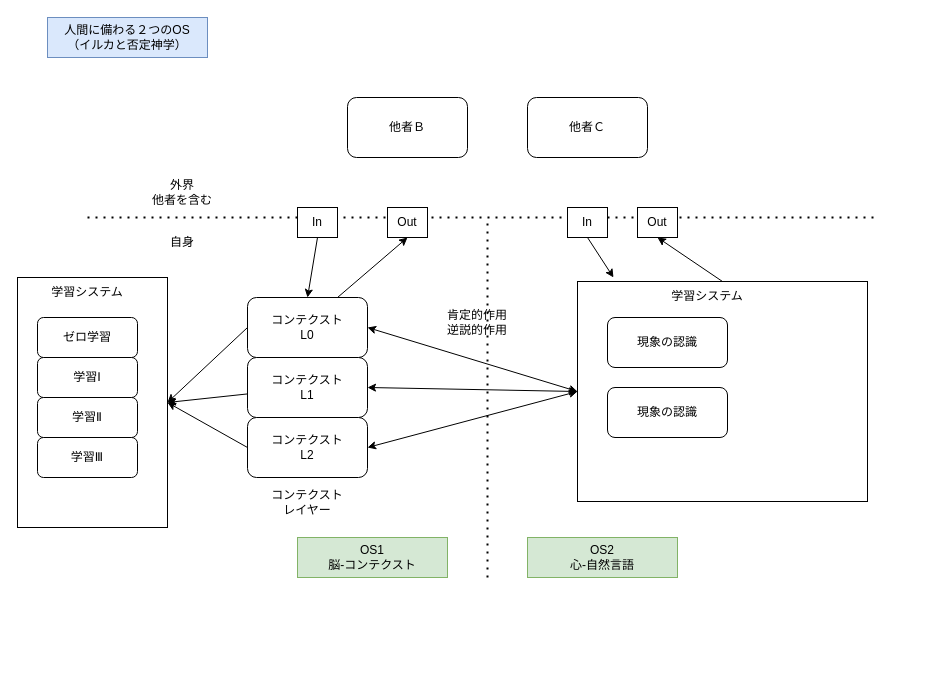
The draw.io diagram qiita_voice2_os.drawio in YossyIto/booklog_drowio, before the edit. Source tidied: cells renumbered, new cells numbered last; positions are measured from the earlier drawing's top-left corner, leaving out a move shared by most shapes. Both pictures are drawn from the tidied source at 100%, with x=0, y=0 at pixel (17, 17).
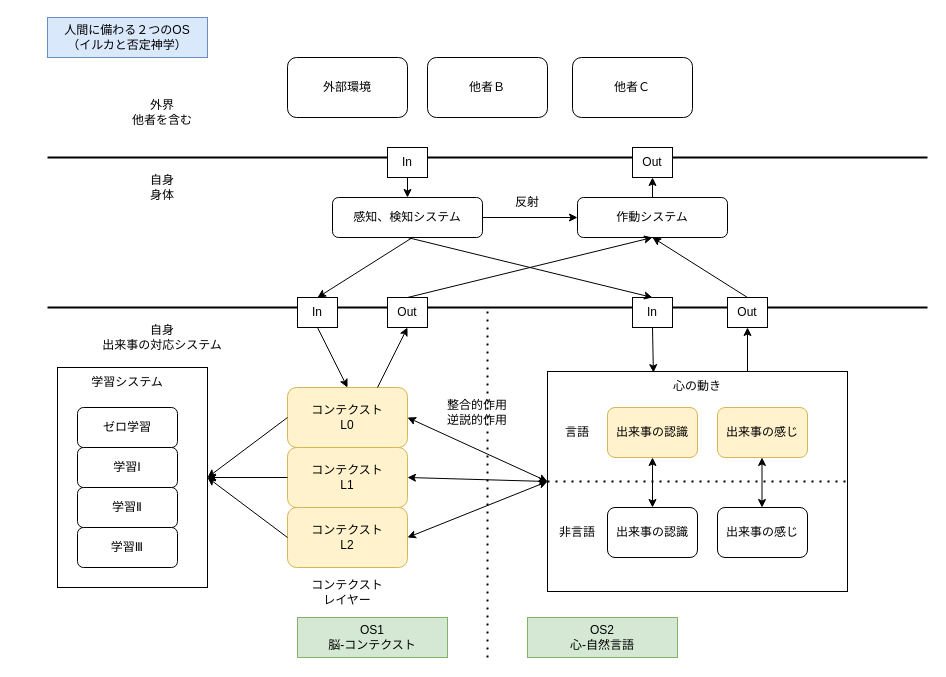
After the change.

Commit message (it also covers changes not shown here):
qiita_voice2_os.drawio を更新します

Change to the diagram source:
```diff
@@
     <mxCell id="2" style="rounded=0;whiteSpace=wrap;html=1;" parent="1" vertex="1">
-      <mxGeometry x="560" y="264" width="290" height="220" as="geometry" />
+      <mxGeometry x="530" y="354" width="300" height="220" as="geometry" />
     </mxCell>
     <mxCell id="3" style="rounded=0;whiteSpace=wrap;html=1;" parent="1" vertex="1">
-      <mxGeometry y="260" width="150" height="250" as="geometry" />
+      <mxGeometry x="40" y="350" width="150" height="220" as="geometry" />
     </mxCell>
@@
     <mxCell id="5" value="&lt;div&gt;OS1&lt;/div&gt;脳-コンテクスト" style="text;html=1;align=center;verticalAlign=middle;whiteSpace=wrap;rounded=0;fillColor=#d5e8d4;strokeColor=#82b366;" parent="1" vertex="1">
-      <mxGeometry x="280" y="520" width="150" height="40" as="geometry" />
+      <mxGeometry x="280" y="600" width="150" height="40" as="geometry" />
     </mxCell>
     <mxCell id="6" value="&lt;div&gt;OS2&lt;/div&gt;心-自然言語" style="text;html=1;align=center;verticalAlign=middle;whiteSpace=wrap;rounded=0;fillColor=#d5e8d4;strokeColor=#82b366;" parent="1" vertex="1">
-      <mxGeometry x="510" y="520" width="150" height="40" as="geometry" />
+      <mxGeometry x="510" y="600" width="150" height="40" as="geometry" />
     </mxCell>
-    <mxCell id="7" style="endArrow=none;dashed=1;html=1;dashPattern=1 3;strokeWidth=2;rounded=0;" parent="1" edge="1">
+    <mxCell id="7" style="endArrow=none;html=1;strokeWidth=2;rounded=0;" parent="1" edge="1">
       <mxGeometry relative="1" as="geometry">
-        <mxPoint x="70" y="200" as="sourcePoint" />
-        <mxPoint x="860" y="200" as="targetPoint" />
+        <mxPoint x="30" y="290" as="sourcePoint" />
+        <mxPoint x="910" y="290" as="targetPoint" />
       </mxGeometry>
     </mxCell>
     <mxCell id="8" value="外界&lt;div&gt;他者を含む&lt;/div&gt;" style="text;html=1;align=center;verticalAlign=middle;whiteSpace=wrap;rounded=0;" parent="1" vertex="1">
-      <mxGeometry x="110" y="160" width="110" height="30" as="geometry" />
+      <mxGeometry x="90" y="80" width="110" height="30" as="geometry" />
     </mxCell>
     <mxCell id="9" style="endArrow=none;dashed=1;html=1;dashPattern=1 3;strokeWidth=2;rounded=0;" parent="1" edge="1">
       <mxGeometry relative="1" as="geometry">
-        <mxPoint x="470" y="560" as="sourcePoint" />
-        <mxPoint x="470" y="200" as="targetPoint" />
+        <mxPoint x="470" y="640" as="sourcePoint" />
+        <mxPoint x="470" y="290" as="targetPoint" />
       </mxGeometry>
     </mxCell>
-    <mxCell id="10" value="自身" style="text;html=1;align=center;verticalAlign=middle;whiteSpace=wrap;rounded=0;" parent="1" vertex="1">
-      <mxGeometry x="110" y="210" width="110" height="30" as="geometry" />
+    <mxCell id="10" value="自身&lt;div&gt;出来事の対応システム&lt;/div&gt;" style="text;html=1;align=center;verticalAlign=middle;whiteSpace=wrap;rounded=0;" parent="1" vertex="1">
+      <mxGeometry x="70" y="300" width="150" height="40" as="geometry" />
     </mxCell>
     <mxCell id="11" value="Out" style="rounded=0;whiteSpace=wrap;html=1;" parent="1" vertex="1">
-      <mxGeometry x="370" y="190" width="40" height="30" as="geometry" />
+      <mxGeometry x="370" y="280" width="40" height="30" as="geometry" />
     </mxCell>
     <mxCell id="12" value="In" style="rounded=0;whiteSpace=wrap;html=1;" parent="1" vertex="1">
-      <mxGeometry x="550" y="190" width="40" height="30" as="geometry" />
+      <mxGeometry x="615" y="280" width="40" height="30" as="geometry" />
     </mxCell>
-    <mxCell id="13" value="コンテクスト&lt;div&gt;L0&lt;/div&gt;" style="rounded=1;whiteSpace=wrap;html=1;" parent="1" vertex="1">
-      <mxGeometry x="230" y="280" width="120" height="60" as="geometry" />
+    <mxCell id="13" value="コンテクスト&lt;div&gt;L0&lt;/div&gt;" style="rounded=1;whiteSpace=wrap;html=1;fillColor=#fff2cc;strokeColor=#d6b656;" parent="1" vertex="1">
+      <mxGeometry x="270" y="370" width="120" height="60" as="geometry" />
     </mxCell>
-    <mxCell id="14" value="コンテクスト&lt;div&gt;L1&lt;/div&gt;" style="rounded=1;whiteSpace=wrap;html=1;" parent="1" vertex="1">
-      <mxGeometry x="230" y="340" width="120" height="60" as="geometry" />
+    <mxCell id="14" value="コンテクスト&lt;div&gt;L1&lt;/div&gt;" style="rounded=1;whiteSpace=wrap;html=1;fillColor=#fff2cc;strokeColor=#d6b656;" parent="1" vertex="1">
+      <mxGeometry x="270" y="430" width="120" height="60" as="geometry" />
     </mxCell>
-    <mxCell id="15" value="コンテクスト&lt;div&gt;L2&lt;/div&gt;" style="rounded=1;whiteSpace=wrap;html=1;" parent="1" vertex="1">
-      <mxGeometry x="230" y="400" width="120" height="60" as="geometry" />
+    <mxCell id="15" value="コンテクスト&lt;div&gt;L2&lt;/div&gt;" style="rounded=1;whiteSpace=wrap;html=1;fillColor=#fff2cc;strokeColor=#d6b656;" parent="1" vertex="1">
+      <mxGeometry x="270" y="490" width="120" height="60" as="geometry" />
     </mxCell>
     <mxCell id="16" value="ゼロ学習" style="rounded=1;whiteSpace=wrap;html=1;" parent="1" vertex="1">
-      <mxGeometry x="20" y="300" width="100" height="40" as="geometry" />
+      <mxGeometry x="60" y="390" width="100" height="40" as="geometry" />
     </mxCell>
     <mxCell id="17" value="学習Ⅱ" style="rounded=1;whiteSpace=wrap;html=1;" parent="1" vertex="1">
-      <mxGeometry x="20" y="380" width="100" height="40" as="geometry" />
+      <mxGeometry x="60" y="470" width="100" height="40" as="geometry" />
     </mxCell>
     <mxCell id="18" value="学習Ⅲ" style="rounded=1;whiteSpace=wrap;html=1;" parent="1" vertex="1">
-      <mxGeometry x="20" y="420" width="100" height="40" as="geometry" />
+      <mxGeometry x="60" y="510" width="100" height="40" as="geometry" />
     </mxCell>
     <mxCell id="19" value="学習Ⅰ" style="rounded=1;whiteSpace=wrap;html=1;" parent="1" vertex="1">
-      <mxGeometry x="20" y="340" width="100" height="40" as="geometry" />
+      <mxGeometry x="60" y="430" width="100" height="40" as="geometry" />
     </mxCell>
@@
     <mxCell id="21" value="In" style="rounded=0;whiteSpace=wrap;html=1;" parent="1" vertex="1">
-      <mxGeometry x="280" y="190" width="40" height="30" as="geometry" />
+      <mxGeometry x="280" y="280" width="40" height="30" as="geometry" />
     </mxCell>
@@
     <mxCell id="23" value="学習システム" style="text;html=1;align=center;verticalAlign=middle;whiteSpace=wrap;rounded=0;" parent="1" vertex="1">
-      <mxGeometry x="20" y="260" width="100" height="30" as="geometry" />
+      <mxGeometry x="60" y="350" width="100" height="30" as="geometry" />
     </mxCell>
@@
     <mxCell id="27" value="Out" style="rounded=0;whiteSpace=wrap;html=1;" parent="1" vertex="1">
-      <mxGeometry x="620" y="190" width="40" height="30" as="geometry" />
+      <mxGeometry x="710" y="280" width="40" height="30" as="geometry" />
     </mxCell>
-    <mxCell id="28" value="現象の認識" style="rounded=1;whiteSpace=wrap;html=1;" parent="1" vertex="1">
-      <mxGeometry x="590" y="300" width="120" height="50" as="geometry" />
+    <mxCell id="28" value="出来事の認識" style="rounded=1;whiteSpace=wrap;html=1;fillColor=#fff2cc;strokeColor=#d6b656;" parent="1" vertex="1">
+      <mxGeometry x="590" y="390" width="90" height="50" as="geometry" />
     </mxCell>
     <mxCell id="29" value="コンテクスト&lt;div&gt;レイヤー&lt;/div&gt;" style="text;html=1;align=center;verticalAlign=middle;whiteSpace=wrap;rounded=0;" parent="1" vertex="1">
-      <mxGeometry x="240" y="470" width="100" height="30" as="geometry" />
+      <mxGeometry x="280" y="560" width="100" height="30" as="geometry" />
     </mxCell>
-    <mxCell id="30" style="endArrow=classic;html=1;rounded=0;exitX=0.5;exitY=1;exitDx=0;exitDy=0;" parent="1" edge="1" source="12">
-      <mxGeometry relative="1" as="geometry">
-        <mxPoint x="596" y="260" as="targetPoint" />
-      </mxGeometry>
+    <mxCell id="30" style="endArrow=classic;html=1;rounded=0;exitX=0.5;exitY=1;exitDx=0;exitDy=0;entryX=0.353;entryY=0.005;entryDx=0;entryDy=0;entryPerimeter=0;" parent="1" edge="1" source="12" target="2">
+      <mxGeometry relative="1" as="geometry" />
     </mxCell>
-    <mxCell id="31" style="endArrow=classic;html=1;rounded=0;exitX=0.5;exitY=0;exitDx=0;exitDy=0;entryX=0.5;entryY=1;entryDx=0;entryDy=0;" parent="1" edge="1" source="2" target="27">
+    <mxCell id="31" style="endArrow=classic;html=1;rounded=0;entryX=0.5;entryY=1;entryDx=0;entryDy=0;exitX=1;exitY=0;exitDx=0;exitDy=0;" parent="1" edge="1" source="35" target="27">
       <mxGeometry relative="1" as="geometry" />
     </mxCell>
@@
-    <mxCell id="35" value="学習システム" style="text;html=1;align=center;verticalAlign=middle;whiteSpace=wrap;rounded=0;" parent="1" vertex="1">
-      <mxGeometry x="640" y="264" width="100" height="30" as="geometry" />
+    <mxCell id="35" value="心の動き" style="text;html=1;align=center;verticalAlign=middle;whiteSpace=wrap;rounded=0;" parent="1" vertex="1">
+      <mxGeometry x="630" y="354" width="100" height="30" as="geometry" />
     </mxCell>
-    <mxCell id="36" value="現象の認識" style="rounded=1;whiteSpace=wrap;html=1;" parent="1" vertex="1">
-      <mxGeometry x="590" y="370" width="120" height="50" as="geometry" />
+    <mxCell id="36" value="出来事の感じ" style="rounded=1;whiteSpace=wrap;html=1;fillColor=#fff2cc;strokeColor=#d6b656;" parent="1" vertex="1">
+      <mxGeometry x="700" y="390" width="90" height="50" as="geometry" />
     </mxCell>
-    <mxCell id="37" value="&lt;div&gt;肯定的作用&lt;/div&gt;逆説的作用" style="text;html=1;align=center;verticalAlign=middle;whiteSpace=wrap;rounded=0;" parent="1" vertex="1">
-      <mxGeometry x="410" y="280" width="100" height="50" as="geometry" />
+    <mxCell id="37" value="&lt;div&gt;整合的作用&lt;/div&gt;逆説的作用" style="text;html=1;align=center;verticalAlign=middle;whiteSpace=wrap;rounded=0;" parent="1" vertex="1">
+      <mxGeometry x="410" y="370" width="100" height="50" as="geometry" />
     </mxCell>
     <mxCell id="38" value="他者Ｂ" style="rounded=1;whiteSpace=wrap;html=1;" parent="1" vertex="1">
-      <mxGeometry x="330" y="80" width="120" height="60" as="geometry" />
+      <mxGeometry x="410" y="40" width="120" height="60" as="geometry" />
     </mxCell>
     <mxCell id="39" value="他者Ｃ" style="rounded=1;whiteSpace=wrap;html=1;" parent="1" vertex="1">
-      <mxGeometry x="510" y="80" width="120" height="60" as="geometry" />
+      <mxGeometry x="555" y="40" width="120" height="60" as="geometry" />
     </mxCell>
+    <mxCell id="40" style="endArrow=none;dashed=1;html=1;dashPattern=1 3;strokeWidth=2;rounded=0;exitX=0;exitY=0.5;exitDx=0;exitDy=0;entryX=1;entryY=0.5;entryDx=0;entryDy=0;" parent="1" edge="1" source="2" target="2">
+      <mxGeometry relative="1" as="geometry" />
+    </mxCell>
+    <mxCell id="41" value="出来事の認識" style="rounded=1;whiteSpace=wrap;html=1;" parent="1" vertex="1">
+      <mxGeometry x="590" y="490" width="90" height="50" as="geometry" />
+    </mxCell>
+    <mxCell id="42" value="言語" style="text;html=1;align=center;verticalAlign=middle;whiteSpace=wrap;rounded=0;" parent="1" vertex="1">
+      <mxGeometry x="530" y="400" width="60" height="30" as="geometry" />
+    </mxCell>
+    <mxCell id="43" value="非言語" style="text;html=1;align=center;verticalAlign=middle;whiteSpace=wrap;rounded=0;" parent="1" vertex="1">
+      <mxGeometry x="530" y="500" width="60" height="30" as="geometry" />
+    </mxCell>
+    <mxCell id="44" value="出来事の感じ" style="rounded=1;whiteSpace=wrap;html=1;" parent="1" vertex="1">
+      <mxGeometry x="700" y="490" width="90" height="50" as="geometry" />
+    </mxCell>
+    <mxCell id="45" style="endArrow=classic;startArrow=classic;html=1;rounded=0;exitX=0.5;exitY=1;exitDx=0;exitDy=0;" parent="1" edge="1" source="28" target="41">
+      <mxGeometry relative="1" as="geometry" />
+    </mxCell>
+    <mxCell id="46" style="endArrow=classic;startArrow=classic;html=1;rounded=0;exitX=0.5;exitY=1;exitDx=0;exitDy=0;" parent="1" edge="1">
+      <mxGeometry relative="1" as="geometry">
+        <mxPoint x="744.5" y="440" as="sourcePoint" />
+        <mxPoint x="744.5" y="490" as="targetPoint" />
+      </mxGeometry>
+    </mxCell>
+    <mxCell id="47" style="endArrow=none;html=1;strokeWidth=2;rounded=0;" parent="1" edge="1">
+      <mxGeometry relative="1" as="geometry">
+        <mxPoint x="30" y="140" as="sourcePoint" />
+        <mxPoint x="910" y="140" as="targetPoint" />
+      </mxGeometry>
+    </mxCell>
+    <mxCell id="48" value="自身&lt;div&gt;身体&lt;/div&gt;" style="text;html=1;align=center;verticalAlign=middle;whiteSpace=wrap;rounded=0;" parent="1" vertex="1">
+      <mxGeometry x="70" y="150" width="150" height="40" as="geometry" />
+    </mxCell>
+    <mxCell id="49" value="In" style="rounded=0;whiteSpace=wrap;html=1;" parent="1" vertex="1">
+      <mxGeometry x="370" y="130" width="40" height="30" as="geometry" />
+    </mxCell>
+    <mxCell id="50" value="Out" style="rounded=0;whiteSpace=wrap;html=1;" parent="1" vertex="1">
+      <mxGeometry x="615" y="130" width="40" height="30" as="geometry" />
+    </mxCell>
+    <mxCell id="51" value="感知、検知システム" style="rounded=1;whiteSpace=wrap;html=1;" parent="1" vertex="1">
+      <mxGeometry x="315" y="180" width="150" height="40" as="geometry" />
+    </mxCell>
+    <mxCell id="52" style="endArrow=classic;html=1;rounded=0;exitX=0.5;exitY=1;exitDx=0;exitDy=0;entryX=0.5;entryY=0;entryDx=0;entryDy=0;entryPerimeter=0;" parent="1" edge="1" source="49" target="51">
+      <mxGeometry relative="1" as="geometry" />
+    </mxCell>
+    <mxCell id="53" style="endArrow=classic;html=1;rounded=0;exitX=0.5;exitY=1;exitDx=0;exitDy=0;entryX=0.5;entryY=0;entryDx=0;entryDy=0;" parent="1" edge="1" target="21">
+      <mxGeometry relative="1" as="geometry">
+        <mxPoint x="395" y="220" as="sourcePoint" />
+      </mxGeometry>
+    </mxCell>
+    <mxCell id="54" style="endArrow=classic;html=1;rounded=0;entryX=0.5;entryY=0;entryDx=0;entryDy=0;" parent="1" edge="1" target="12">
+      <mxGeometry relative="1" as="geometry">
+        <mxPoint x="390" y="220" as="sourcePoint" />
+      </mxGeometry>
+    </mxCell>
+    <mxCell id="55" value="作動システム" style="rounded=1;whiteSpace=wrap;html=1;" parent="1" vertex="1">
+      <mxGeometry x="560" y="180" width="150" height="40" as="geometry" />
+    </mxCell>
+    <mxCell id="56" style="endArrow=classic;html=1;rounded=0;exitX=0.5;exitY=0;exitDx=0;exitDy=0;entryX=0.5;entryY=1;entryDx=0;entryDy=0;" parent="1" edge="1" source="11" target="55">
+      <mxGeometry relative="1" as="geometry" />
+    </mxCell>
+    <mxCell id="57" style="endArrow=classic;html=1;rounded=0;exitX=0.5;exitY=0;exitDx=0;exitDy=0;entryX=0.5;entryY=1;entryDx=0;entryDy=0;" parent="1" edge="1" source="27" target="55">
+      <mxGeometry relative="1" as="geometry" />
+    </mxCell>
+    <mxCell id="58" style="endArrow=classic;html=1;rounded=0;entryX=0.5;entryY=1;entryDx=0;entryDy=0;exitX=0.5;exitY=0;exitDx=0;exitDy=0;" parent="1" edge="1" source="55" target="50">
+      <mxGeometry relative="1" as="geometry" />
+    </mxCell>
+    <mxCell id="59" style="endArrow=classic;html=1;rounded=0;" parent="1" edge="1" source="51">
+      <mxGeometry relative="1" as="geometry">
+        <mxPoint x="560" y="200" as="targetPoint" />
+      </mxGeometry>
+    </mxCell>
+    <mxCell id="60" value="反射" style="text;html=1;align=center;verticalAlign=middle;whiteSpace=wrap;rounded=0;" parent="1" vertex="1">
+      <mxGeometry x="480" y="170" width="60" height="30" as="geometry" />
+    </mxCell>
+    <mxCell id="61" value="外部環境" style="rounded=1;whiteSpace=wrap;html=1;" parent="1" vertex="1">
+      <mxGeometry x="270" y="40" width="120" height="60" as="geometry" />
+    </mxCell>
```
